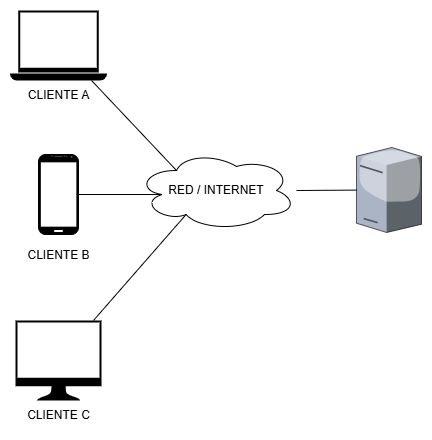
This is Memoria-Documentacion-del-proyecto/memoria-latex/Imagenes/cliente-servidor.png from AmasterJT/TFG-EyA-Uvigo-Jose-Torre, a draw.io export, as it was before one commit. Source tidied: cells renumbered, new cells last; positions are measured from the earlier drawing's top-left corner, leaving out a move shared by most shapes. Its diagram source:
```xml
<mxGraphModel>
  <root>
    <mxCell id="0" />
    <mxCell id="1" parent="0" />
    <mxCell id="2" style="verticalLabelPosition=bottom;verticalAlign=top;html=1;shadow=0;dashed=0;strokeWidth=1;shape=mxgraph.android.phone2;strokeColor=#000000;fillColor=#000000;" parent="1" vertex="1">
      <mxGeometry x="29" y="144" width="40" height="80" as="geometry" />
    </mxCell>
    <mxCell id="3" style="sketch=0;shadow=0;dashed=0;html=1;strokeColor=none;fillColor=#000000;labelPosition=center;verticalLabelPosition=bottom;verticalAlign=top;align=center;outlineConnect=0;shape=mxgraph.vvd.laptop;" parent="1" vertex="1">
      <mxGeometry x="0.4" width="97.2" height="70" as="geometry" />
    </mxCell>
    <mxCell id="4" style="sketch=0;shadow=0;dashed=0;html=1;strokeColor=none;fillColor=#000000;labelPosition=center;verticalLabelPosition=bottom;verticalAlign=top;align=center;outlineConnect=0;shape=mxgraph.vvd.monitor;" parent="1" vertex="1">
      <mxGeometry x="6" y="310" width="86" height="80" as="geometry" />
    </mxCell>
    <mxCell id="5" style="verticalLabelPosition=bottom;sketch=0;html=1;verticalAlign=top;strokeColor=none;align=center;outlineConnect=0;shape=mxgraph.citrix.license_server;" parent="1" vertex="1">
      <mxGeometry x="347" y="137" width="65" height="85" as="geometry" />
    </mxCell>
    <mxCell id="6" style="edgeStyle=none;curved=1;rounded=0;jettySize=auto;html=1;fontSize=12;startSize=8;endSize=8;endArrow=none;endFill=0;" parent="1" edge="1" source="7" target="5">
      <mxGeometry relative="1" as="geometry" />
    </mxCell>
    <mxCell id="7" value="RED / INTERNET" style="ellipse;shape=cloud;whiteSpace=wrap;html=1;" parent="1" vertex="1">
      <mxGeometry x="127" y="140" width="160" height="80" as="geometry" />
    </mxCell>
    <mxCell id="8" style="edgeStyle=none;curved=1;rounded=0;jettySize=auto;html=1;entryX=0.25;entryY=0.25;entryDx=0;entryDy=0;entryPerimeter=0;fontSize=12;strokeColor=default;endArrow=none;endFill=0;" parent="1" edge="1" source="3" target="7">
      <mxGeometry relative="1" as="geometry" />
    </mxCell>
    <mxCell id="9" style="edgeStyle=none;curved=1;rounded=0;jettySize=auto;html=1;entryX=0.16;entryY=0.55;entryDx=0;entryDy=0;entryPerimeter=0;fontSize=12;startSize=8;endSize=8;endArrow=none;endFill=0;" parent="1" edge="1" source="2" target="7">
      <mxGeometry relative="1" as="geometry" />
    </mxCell>
    <mxCell id="10" style="edgeStyle=none;curved=1;rounded=0;jettySize=auto;html=1;entryX=0.31;entryY=0.8;entryDx=0;entryDy=0;entryPerimeter=0;fontSize=12;startSize=8;endSize=8;endArrow=none;endFill=0;" parent="1" edge="1" source="4" target="7">
      <mxGeometry relative="1" as="geometry" />
    </mxCell>
    <mxCell id="11" value="CLIENTE A" style="text;html=1;whiteSpace=wrap;strokeColor=none;fillColor=none;align=center;verticalAlign=middle;rounded=0;" parent="1" vertex="1">
      <mxGeometry x="0.7" y="70" width="96.6" height="30" as="geometry" />
    </mxCell>
    <mxCell id="12" value="CLIENTE B" style="text;html=1;whiteSpace=wrap;strokeColor=none;fillColor=none;align=center;verticalAlign=middle;rounded=0;" parent="1" vertex="1">
      <mxGeometry x="0.7" y="230" width="96.6" height="30" as="geometry" />
    </mxCell>
    <mxCell id="13" value="CLIENTE C" style="text;html=1;whiteSpace=wrap;strokeColor=none;fillColor=none;align=center;verticalAlign=middle;rounded=0;" parent="1" vertex="1">
      <mxGeometry x="0.7" y="390" width="96.6" height="30" as="geometry" />
    </mxCell>
  </root>
</mxGraphModel>
```
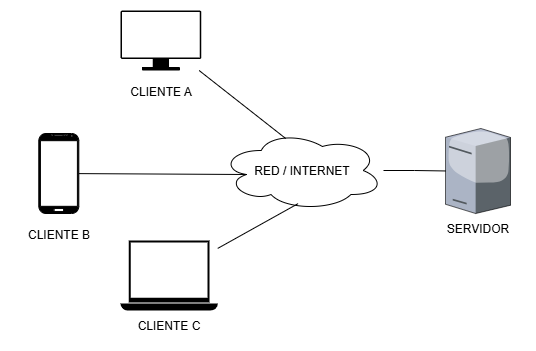
Above is the later version.

What changed in the source:
```diff
@@ -3,40 +3,43 @@
     <mxCell id="0" />
     <mxCell id="1" parent="0" />
     <mxCell id="2" style="verticalLabelPosition=bottom;verticalAlign=top;html=1;shadow=0;dashed=0;strokeWidth=1;shape=mxgraph.android.phone2;strokeColor=#000000;fillColor=#000000;" parent="1" vertex="1">
-      <mxGeometry x="29" y="144" width="40" height="80" as="geometry" />
+      <mxGeometry x="95.3" y="173" width="40" height="80" as="geometry" />
     </mxCell>
-    <mxCell id="3" style="sketch=0;shadow=0;dashed=0;html=1;strokeColor=none;fillColor=#000000;labelPosition=center;verticalLabelPosition=bottom;verticalAlign=top;align=center;outlineConnect=0;shape=mxgraph.vvd.laptop;" parent="1" vertex="1">
-      <mxGeometry x="0.4" width="97.2" height="70" as="geometry" />
+    <mxCell id="3" style="verticalLabelPosition=bottom;sketch=0;html=1;verticalAlign=top;strokeColor=none;align=center;outlineConnect=0;shape=mxgraph.citrix.license_server;" parent="1" vertex="1">
+      <mxGeometry x="502" y="168" width="65" height="85" as="geometry" />
     </mxCell>
-    <mxCell id="4" style="sketch=0;shadow=0;dashed=0;html=1;strokeColor=none;fillColor=#000000;labelPosition=center;verticalLabelPosition=bottom;verticalAlign=top;align=center;outlineConnect=0;shape=mxgraph.vvd.monitor;" parent="1" vertex="1">
-      <mxGeometry x="6" y="310" width="86" height="80" as="geometry" />
+    <mxCell id="4" value="CLIENTE B" style="text;html=1;whiteSpace=wrap;strokeColor=none;fillColor=none;align=center;verticalAlign=middle;rounded=0;" parent="1" vertex="1">
+      <mxGeometry x="67" y="259" width="96.6" height="30" as="geometry" />
     </mxCell>
-    <mxCell id="5" style="verticalLabelPosition=bottom;sketch=0;html=1;verticalAlign=top;strokeColor=none;align=center;outlineConnect=0;shape=mxgraph.citrix.license_server;" parent="1" vertex="1">
-      <mxGeometry x="347" y="137" width="65" height="85" as="geometry" />
+    <mxCell id="5" value="SERVIDOR" style="text;html=1;whiteSpace=wrap;strokeColor=none;fillColor=none;align=center;verticalAlign=middle;rounded=0;" parent="1" vertex="1">
+      <mxGeometry x="486.2" y="253" width="96.6" height="30" as="geometry" />
     </mxCell>
-    <mxCell id="6" style="edgeStyle=none;curved=1;rounded=0;jettySize=auto;html=1;fontSize=12;startSize=8;endSize=8;endArrow=none;endFill=0;" parent="1" edge="1" source="7" target="5">
-      <mxGeometry relative="1" as="geometry" />
+    <mxCell id="6" style="sketch=0;shadow=0;dashed=0;html=1;strokeColor=none;fillColor=#000000;labelPosition=center;verticalLabelPosition=bottom;verticalAlign=top;align=center;outlineConnect=0;shape=mxgraph.vvd.laptop;" parent="1" vertex="1">
+      <mxGeometry x="177" y="280" width="97.2" height="70" as="geometry" />
     </mxCell>
-    <mxCell id="7" value="RED / INTERNET" style="ellipse;shape=cloud;whiteSpace=wrap;html=1;" parent="1" vertex="1">
-      <mxGeometry x="127" y="140" width="160" height="80" as="geometry" />
+    <mxCell id="7" style="shape=mxgraph.networks2.icon;fillColor=none;strokeColor=#000000;gradientColor=#000000;network2IconShadow=1;network2bgFillColor=none;labelPosition=center;verticalLabelPosition=bottom;align=center;verticalAlign=top;network2Icon=mxgraph.networks2.monitor;network2IconYOffset=-0.009;network2IconW=1;network2IconH=0.742;" parent="1" vertex="1">
+      <mxGeometry x="177" y="50" width="80.9" height="60" as="geometry" />
     </mxCell>
-    <mxCell id="8" style="edgeStyle=none;curved=1;rounded=0;jettySize=auto;html=1;entryX=0.25;entryY=0.25;entryDx=0;entryDy=0;entryPerimeter=0;fontSize=12;strokeColor=default;endArrow=none;endFill=0;" parent="1" edge="1" source="3" target="7">
-      <mxGeometry relative="1" as="geometry" />
+    <mxCell id="8" value="CLIENTE A" style="text;html=1;whiteSpace=wrap;strokeColor=none;fillColor=none;align=center;verticalAlign=middle;rounded=0;" parent="1" vertex="1">
+      <mxGeometry x="169.1" y="116" width="96.6" height="30" as="geometry" />
     </mxCell>
-    <mxCell id="9" style="edgeStyle=none;curved=1;rounded=0;jettySize=auto;html=1;entryX=0.16;entryY=0.55;entryDx=0;entryDy=0;entryPerimeter=0;fontSize=12;startSize=8;endSize=8;endArrow=none;endFill=0;" parent="1" edge="1" source="2" target="7">
-      <mxGeometry relative="1" as="geometry" />
+    <mxCell id="9" value="CLIENTE C" style="text;html=1;whiteSpace=wrap;strokeColor=none;fillColor=none;align=center;verticalAlign=middle;rounded=0;" parent="1" vertex="1">
+      <mxGeometry x="177" y="350" width="96.6" height="30" as="geometry" />
     </mxCell>
-    <mxCell id="10" style="edgeStyle=none;curved=1;rounded=0;jettySize=auto;html=1;entryX=0.31;entryY=0.8;entryDx=0;entryDy=0;entryPerimeter=0;fontSize=12;startSize=8;endSize=8;endArrow=none;endFill=0;" parent="1" edge="1" source="4" target="7">
+    <mxCell id="10" style="edgeStyle=orthogonalEdgeStyle;rounded=0;jettySize=auto;html=1;endArrow=none;endFill=0;" parent="1" edge="1" source="11" target="3">
       <mxGeometry relative="1" as="geometry" />
     </mxCell>
-    <mxCell id="11" value="CLIENTE A" style="text;html=1;whiteSpace=wrap;strokeColor=none;fillColor=none;align=center;verticalAlign=middle;rounded=0;" parent="1" vertex="1">
-      <mxGeometry x="0.7" y="70" width="96.6" height="30" as="geometry" />
+    <mxCell id="11" value="RED / INTERNET" style="ellipse;shape=cloud;whiteSpace=wrap;html=1;" parent="1" vertex="1">
+      <mxGeometry x="277" y="170" width="163" height="80" as="geometry" />
     </mxCell>
-    <mxCell id="12" value="CLIENTE B" style="text;html=1;whiteSpace=wrap;strokeColor=none;fillColor=none;align=center;verticalAlign=middle;rounded=0;" parent="1" vertex="1">
-      <mxGeometry x="0.7" y="230" width="96.6" height="30" as="geometry" />
+    <mxCell id="12" style="rounded=0;jettySize=auto;html=1;entryX=0.4;entryY=0.1;entryDx=0;entryDy=0;entryPerimeter=0;endArrow=none;endFill=0;" parent="1" edge="1" source="7" target="11">
+      <mxGeometry relative="1" as="geometry" />
     </mxCell>
-    <mxCell id="13" value="CLIENTE C" style="text;html=1;whiteSpace=wrap;strokeColor=none;fillColor=none;align=center;verticalAlign=middle;rounded=0;" parent="1" vertex="1">
-      <mxGeometry x="0.7" y="390" width="96.6" height="30" as="geometry" />
+    <mxCell id="13" style="rounded=0;jettySize=auto;html=1;entryX=0.16;entryY=0.55;entryDx=0;entryDy=0;entryPerimeter=0;endArrow=none;endFill=0;" parent="1" edge="1" source="2" target="11">
+      <mxGeometry relative="1" as="geometry" />
     </mxCell>
+    <mxCell id="14" style="rounded=0;jettySize=auto;html=1;entryX=0.476;entryY=0.914;entryDx=0;entryDy=0;entryPerimeter=0;endArrow=none;endFill=0;" parent="1" edge="1" source="6" target="11">
+      <mxGeometry relative="1" as="geometry" />
+    </mxCell>
   </root>
 </mxGraphModel>
```
